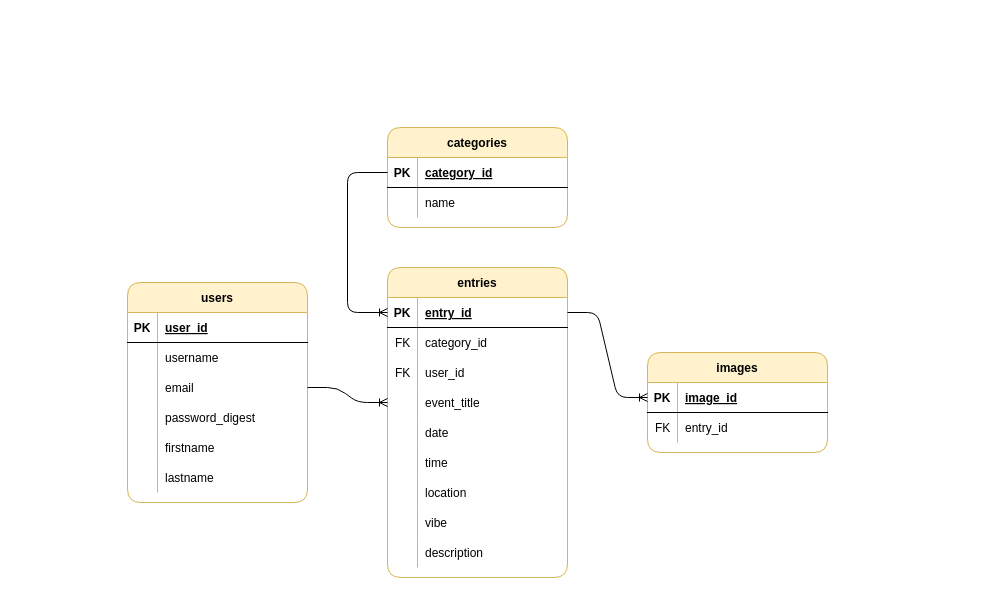
The draw.io diagram images/storybook.drawio in fentybit/Storybook_frontend, before the edit. Source tidied: cells renumbered, new cells numbered last; positions are measured from the earlier drawing's top-left corner, leaving out a move shared by most shapes. Both pictures are drawn from the tidied source at 100%, with x=0, y=0 at pixel (127, 127).
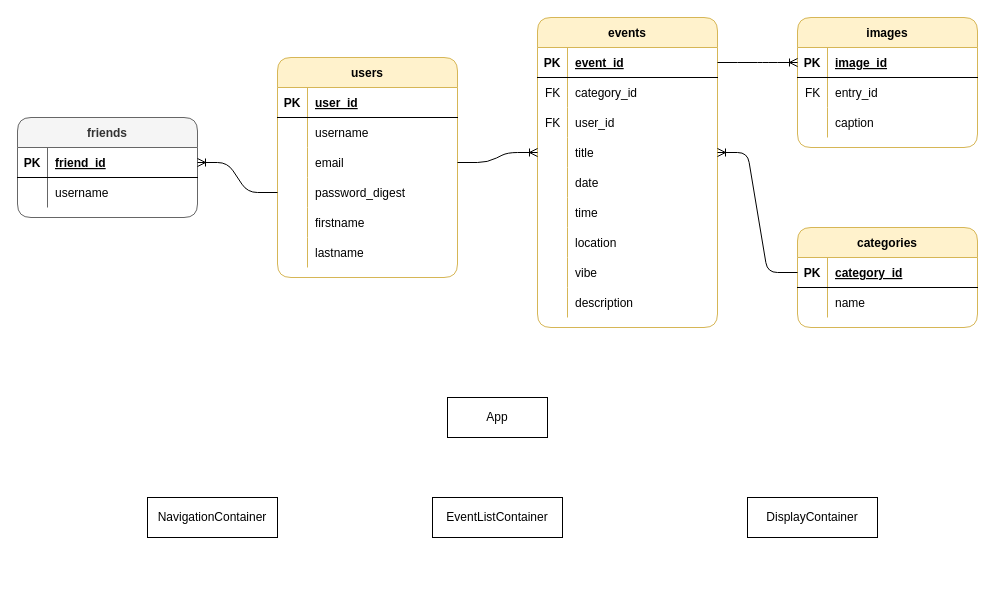
After the change.

The change refers to these unchanged cells:
```xml
<mxCell id="12" style="shape=partialRectangle;fillColor=none;top=0;left=0;bottom=0;right=0;points=[[0,0.5],[1,0.5]];portConstraint=eastwest;" parent="2" vertex="1">
  <mxGeometry y="120" width="180" height="30" as="geometry" />
</mxCell>
<mxCell id="22" style="shape=partialRectangle;fillColor=none;top=0;left=0;bottom=1;right=0;points=[[0,0.5],[1,0.5]];portConstraint=eastwest;" parent="21" vertex="1">
  <mxGeometry y="30" width="180" height="30" as="geometry" />
</mxCell>
<mxCell id="29" style="shape=partialRectangle;fillColor=none;top=0;left=0;bottom=1;right=0;points=[[0,0.5],[1,0.5]];portConstraint=eastwest;" parent="28" vertex="1">
  <mxGeometry y="30" width="180" height="30" as="geometry" />
</mxCell>
<mxCell id="38" style="shape=partialRectangle;fillColor=none;top=0;left=0;bottom=0;right=0;points=[[0,0.5],[1,0.5]];portConstraint=eastwest;" parent="28" vertex="1">
  <mxGeometry y="120" width="180" height="30" as="geometry" />
</mxCell>
```

What changed in the source:
```diff
@@
     <mxCell id="2" value="users" style="shape=table;startSize=30;childLayout=tableLayout;rowLines=0;fontStyle=1;align=center;rounded=1;sketch=0;fillColor=#fff2cc;strokeColor=#d6b656;" parent="1" vertex="1">
-      <mxGeometry y="155" width="180" height="220" as="geometry" />
+      <mxGeometry x="150" y="-70" width="180" height="220" as="geometry" />
     </mxCell>
@@
     <mxCell id="21" value="categories" style="shape=table;startSize=30;childLayout=tableLayout;rowLines=0;fontStyle=1;align=center;rounded=1;fillColor=#fff2cc;strokeColor=#d6b656;" parent="1" vertex="1">
-      <mxGeometry x="260" width="180" height="100" as="geometry" />
+      <mxGeometry x="670" y="100" width="180" height="100" as="geometry" />
     </mxCell>
@@
-    <mxCell id="28" value="entries" style="shape=table;startSize=30;childLayout=tableLayout;rowLines=0;fontStyle=1;align=center;rounded=1;fillColor=#fff2cc;strokeColor=#d6b656;" parent="1" vertex="1">
-      <mxGeometry x="260" y="140" width="180" height="310" as="geometry" />
+    <mxCell id="28" value="events" style="shape=table;startSize=30;childLayout=tableLayout;rowLines=0;fontStyle=1;align=center;rounded=1;fillColor=#fff2cc;strokeColor=#d6b656;" parent="1" vertex="1">
+      <mxGeometry x="410" y="-110" width="180" height="310" as="geometry" />
     </mxCell>
@@
-    <mxCell id="31" value="entry_id" style="shape=partialRectangle;fillColor=none;top=0;left=0;bottom=0;right=0;align=left;spacingLeft=6;fontStyle=5;overflow=hidden;" parent="29" vertex="1">
+    <mxCell id="31" value="event_id" style="shape=partialRectangle;fillColor=none;top=0;left=0;bottom=0;right=0;align=left;spacingLeft=6;fontStyle=5;overflow=hidden;" parent="29" vertex="1">
       <mxGeometry x="30" width="150" height="30" as="geometry" />
     </mxCell>
@@
-    <mxCell id="40" value="event_title" style="shape=partialRectangle;fillColor=none;top=0;left=0;bottom=0;right=0;align=left;spacingLeft=6;overflow=hidden;" parent="38" vertex="1">
+    <mxCell id="40" value="title" style="shape=partialRectangle;fillColor=none;top=0;left=0;bottom=0;right=0;align=left;spacingLeft=6;overflow=hidden;" parent="38" vertex="1">
       <mxGeometry x="30" width="150" height="30" as="geometry" />
     </mxCell>
@@
-    <mxCell id="56" style="edgeStyle=orthogonalEdgeStyle;fontSize=12;html=1;endArrow=ERoneToMany;entryX=0;entryY=0.5;entryDx=0;entryDy=0;" parent="1" edge="1" target="29">
-      <mxGeometry relative="1" as="geometry">
-        <mxPoint x="260" y="45" as="sourcePoint" />
-        <Array as="points">
-          <mxPoint x="220" y="45" />
-          <mxPoint x="220" y="185" />
-        </Array>
-      </mxGeometry>
-    </mxCell>
@@
     <mxCell id="58" value="FK" style="shape=partialRectangle;fillColor=none;top=0;left=0;bottom=0;right=0;align=left;spacingLeft=6;overflow=hidden;" parent="1" vertex="1">
-      <mxGeometry x="260" y="200" width="30" height="30" as="geometry" />
+      <mxGeometry x="410" y="-50" width="30" height="30" as="geometry" />
     </mxCell>
     <mxCell id="59" value="images" style="shape=table;startSize=30;childLayout=tableLayout;rowLines=0;fontStyle=1;align=center;rounded=1;fillColor=#fff2cc;strokeColor=#d6b656;" parent="1" vertex="1">
-      <mxGeometry x="520" y="225" width="180" height="100" as="geometry" />
+      <mxGeometry x="670" y="-110" width="180" height="130" as="geometry" />
     </mxCell>
@@
+    <mxCell id="69" style="shape=partialRectangle;fillColor=none;top=0;left=0;bottom=0;right=0;" parent="59" vertex="1">
+      <mxGeometry y="90" width="180" height="30" as="geometry" />
+    </mxCell>
+    <mxCell id="70" style="shape=partialRectangle;fillColor=none;top=0;left=0;bottom=0;right=0;overflow=hidden;" parent="69" vertex="1">
+      <mxGeometry width="30" height="30" as="geometry" />
+    </mxCell>
+    <mxCell id="71" value="caption" style="shape=partialRectangle;fillColor=none;top=0;left=0;bottom=0;right=0;align=left;spacingLeft=6;overflow=hidden;" parent="69" vertex="1">
+      <mxGeometry x="30" width="150" height="30" as="geometry" />
+    </mxCell>
     <mxCell id="66" value="FK" style="shape=partialRectangle;fillColor=none;top=0;left=0;bottom=0;right=0;align=left;spacingLeft=6;overflow=hidden;" parent="1" vertex="1">
-      <mxGeometry x="520" y="285" width="30" height="30" as="geometry" />
+      <mxGeometry x="670" y="-50" width="30" height="30" as="geometry" />
     </mxCell>
@@
     <mxCell id="68" value="FK" style="shape=partialRectangle;fillColor=none;top=0;left=0;bottom=0;right=0;align=left;spacingLeft=6;overflow=hidden;" parent="1" vertex="1">
-      <mxGeometry x="260" y="230" width="30" height="30" as="geometry" />
+      <mxGeometry x="410" y="-20" width="30" height="30" as="geometry" />
     </mxCell>
+    <mxCell id="72" value="friends" style="shape=table;startSize=30;childLayout=tableLayout;rowLines=0;fontStyle=1;align=center;rounded=1;fillColor=#f5f5f5;strokeColor=#666666;fontColor=#333333;" parent="1" vertex="1">
+      <mxGeometry x="-110" y="-10" width="180" height="100" as="geometry" />
+    </mxCell>
+    <mxCell id="73" style="shape=partialRectangle;fillColor=none;top=0;left=0;bottom=1;right=0;points=[[0,0.5],[1,0.5]];portConstraint=eastwest;" parent="72" vertex="1">
+      <mxGeometry y="30" width="180" height="30" as="geometry" />
+    </mxCell>
+    <mxCell id="74" value="PK" style="shape=partialRectangle;fillColor=none;top=0;left=0;bottom=0;right=0;fontStyle=1;overflow=hidden;" parent="73" vertex="1">
+      <mxGeometry width="30" height="30" as="geometry" />
+    </mxCell>
+    <mxCell id="75" value="friend_id" style="shape=partialRectangle;fillColor=none;top=0;left=0;bottom=0;right=0;align=left;spacingLeft=6;fontStyle=5;overflow=hidden;" parent="73" vertex="1">
+      <mxGeometry x="30" width="150" height="30" as="geometry" />
+    </mxCell>
+    <mxCell id="76" style="shape=partialRectangle;fillColor=none;top=0;left=0;bottom=0;right=0;" parent="72" vertex="1">
+      <mxGeometry y="60" width="180" height="30" as="geometry" />
+    </mxCell>
+    <mxCell id="77" style="shape=partialRectangle;fillColor=none;top=0;left=0;bottom=0;right=0;overflow=hidden;" parent="76" vertex="1">
+      <mxGeometry width="30" height="30" as="geometry" />
+    </mxCell>
+    <mxCell id="78" value="username" style="shape=partialRectangle;fillColor=none;top=0;left=0;bottom=0;right=0;align=left;spacingLeft=6;overflow=hidden;" parent="76" vertex="1">
+      <mxGeometry x="30" width="150" height="30" as="geometry" />
+    </mxCell>
+    <mxCell id="79" style="edgeStyle=entityRelationEdgeStyle;fontSize=12;html=1;endArrow=ERoneToMany;exitX=0;exitY=0.5;exitDx=0;exitDy=0;entryX=1;entryY=0.5;entryDx=0;entryDy=0;" parent="1" edge="1" source="12" target="73">
+      <mxGeometry relative="1" as="geometry" />
+    </mxCell>
+    <mxCell id="80" style="edgeStyle=entityRelationEdgeStyle;fontSize=12;html=1;endArrow=ERoneToMany;exitX=0;exitY=0.5;exitDx=0;exitDy=0;entryX=1;entryY=0.5;entryDx=0;entryDy=0;" parent="1" edge="1" source="22" target="38">
+      <mxGeometry relative="1" as="geometry" />
+    </mxCell>
+    <mxCell id="81" value="App" style="whiteSpace=wrap;html=1;align=center;" parent="1" vertex="1">
+      <mxGeometry x="320" y="270" width="100" height="40" as="geometry" />
+    </mxCell>
+    <mxCell id="82" value="NavigationContainer" style="whiteSpace=wrap;html=1;align=center;" parent="1" vertex="1">
+      <mxGeometry x="20" y="370" width="130" height="40" as="geometry" />
+    </mxCell>
+    <mxCell id="83" value="EventListContainer" style="whiteSpace=wrap;html=1;align=center;" parent="1" vertex="1">
+      <mxGeometry x="305" y="370" width="130" height="40" as="geometry" />
+    </mxCell>
+    <mxCell id="84" value="DisplayContainer" style="whiteSpace=wrap;html=1;align=center;" parent="1" vertex="1">
+      <mxGeometry x="620" y="370" width="130" height="40" as="geometry" />
+    </mxCell>
```
